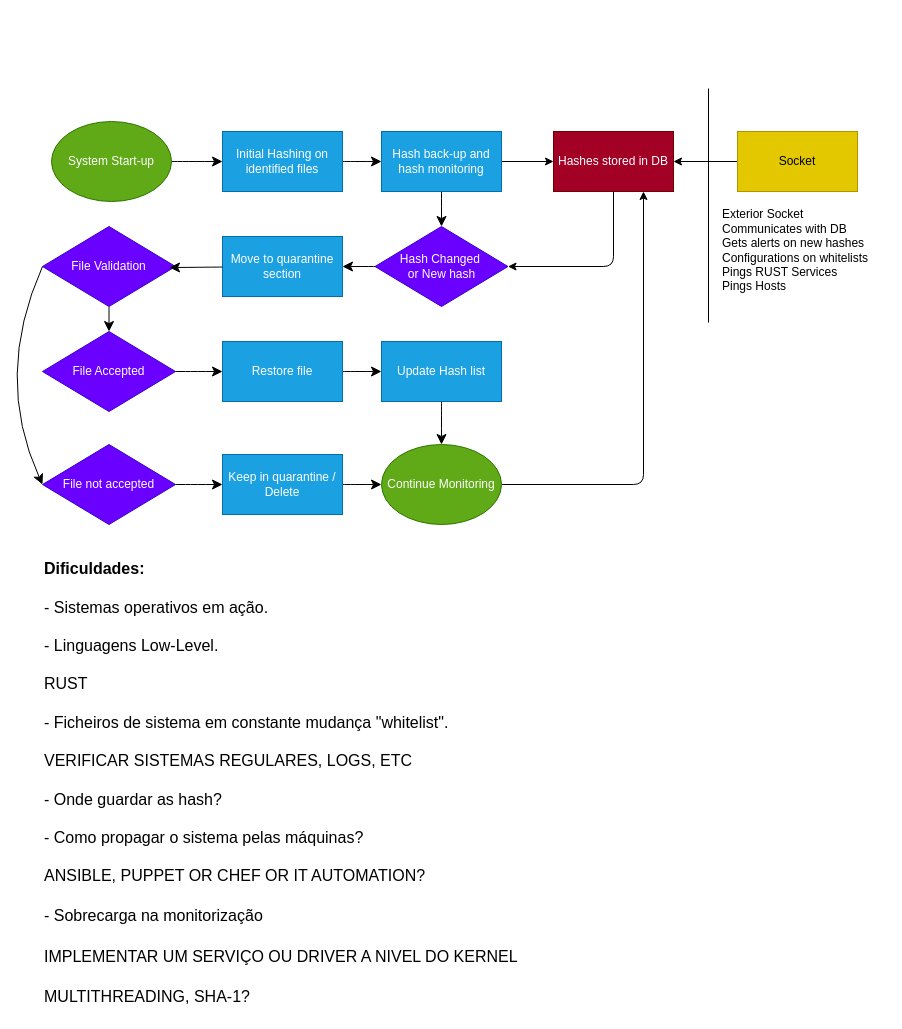
Before: planeamento/Untitled Diagram.drawio in mickeyhousee/LOCK, a draw.io diagram. Source tidied: cells renumbered, new cells numbered last; positions are measured from the earlier drawing's top-left corner, leaving out a move shared by most shapes. Both pictures are drawn from the tidied source at 100%, with x=0, y=0 at pixel (-7, 88).
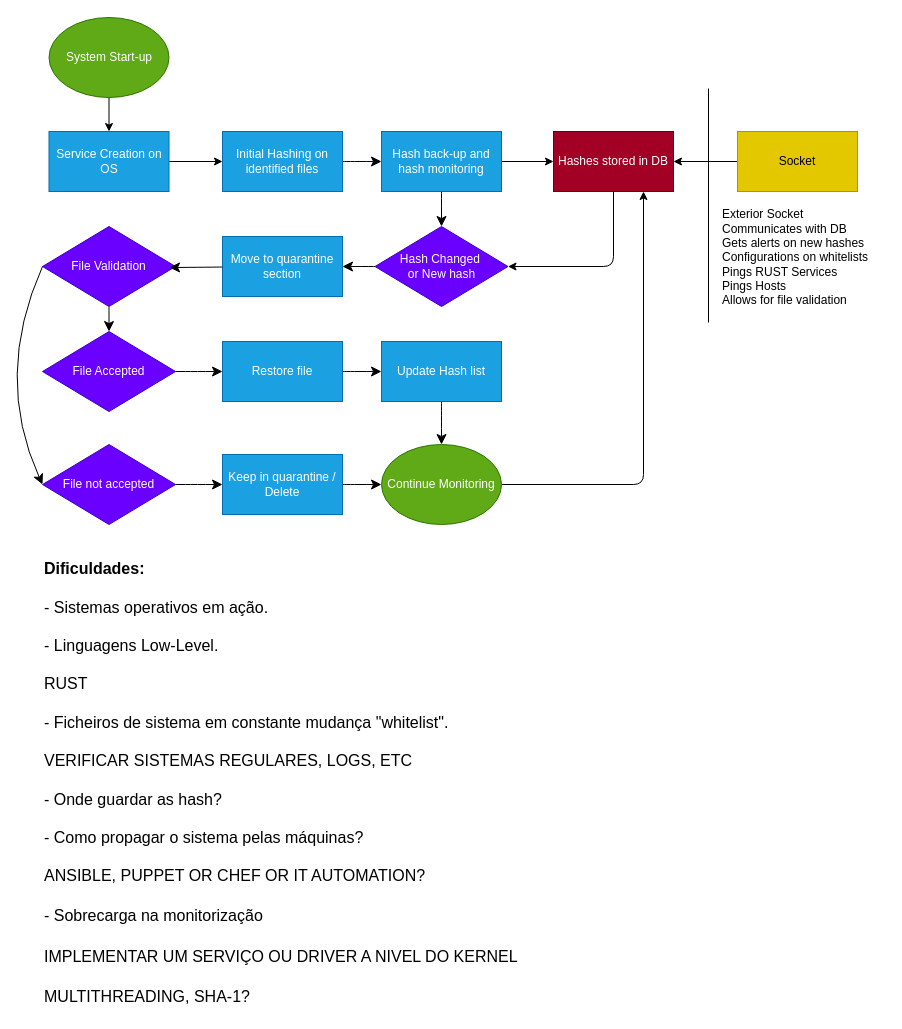
The same diagram, later.

The change refers to these unchanged cells:
```xml
<mxCell id="5" value="Initial Hashing on identified files" style="rounded=0;whiteSpace=wrap;html=1;fillColor=#1ba1e2;fontColor=#ffffff;strokeColor=#006EAF;" parent="1" vertex="1">
  <mxGeometry x="229" y="43" width="120" height="60" as="geometry" />
</mxCell>
```

Change to the diagram source:
```diff
@@
-    <mxCell id="2" style="edgeStyle=none;curved=1;rounded=0;jettySize=auto;html=1;exitX=1;exitY=0.5;exitDx=0;exitDy=0;entryX=0;entryY=0.5;entryDx=0;entryDy=0;fontSize=12;startSize=8;endSize=8;" parent="1" edge="1" source="3" target="5">
-      <mxGeometry relative="1" as="geometry" />
-    </mxCell>
+    <mxCell id="36" style="edgeStyle=none;html=1;entryX=0.5;entryY=0;entryDx=0;entryDy=0;" parent="1" edge="1" source="3" target="38">
+      <mxGeometry relative="1" as="geometry" />
+    </mxCell>
     <mxCell id="3" value="System Start-up" style="ellipse;whiteSpace=wrap;html=1;fillColor=#60a917;fontColor=#ffffff;strokeColor=#2D7600;" parent="1" vertex="1">
-      <mxGeometry x="58" y="33" width="120" height="80" as="geometry" />
+      <mxGeometry x="55.5" y="-71" width="120" height="80" as="geometry" />
     </mxCell>
@@
-    <mxCell id="35" value="Exterior Socket&lt;br&gt;Communicates with DB&lt;br&gt;Gets alerts on new hashes&lt;br&gt;Configurations on whitelists&lt;br&gt;Pings RUST Services&lt;br&gt;Pings Hosts" style="text;html=1;align=left;verticalAlign=middle;strokeColor=none;fillColor=none;" parent="1" vertex="1">
-      <mxGeometry x="727" y="113" width="164" height="98" as="geometry" />
+    <mxCell id="35" value="Exterior Socket&lt;br&gt;Communicates with DB&lt;br&gt;Gets alerts on new hashes&lt;br&gt;Configurations on whitelists&lt;br&gt;Pings RUST Services&lt;br&gt;Pings Hosts&lt;br&gt;Allows for file validation" style="text;html=1;align=left;verticalAlign=middle;strokeColor=none;fillColor=none;" parent="1" vertex="1">
+      <mxGeometry x="727" y="112" width="164" height="113" as="geometry" />
     </mxCell>
+    <mxCell id="37" style="edgeStyle=none;html=1;exitX=1;exitY=0.5;exitDx=0;exitDy=0;entryX=0;entryY=0.5;entryDx=0;entryDy=0;" parent="1" edge="1" source="38" target="5">
+      <mxGeometry relative="1" as="geometry" />
+    </mxCell>
+    <mxCell id="38" value="Service Creation on OS" style="rounded=0;whiteSpace=wrap;html=1;fillColor=#1ba1e2;fontColor=#ffffff;strokeColor=#006EAF;" parent="1" vertex="1">
+      <mxGeometry x="55.5" y="43" width="120" height="60" as="geometry" />
+    </mxCell>
```
